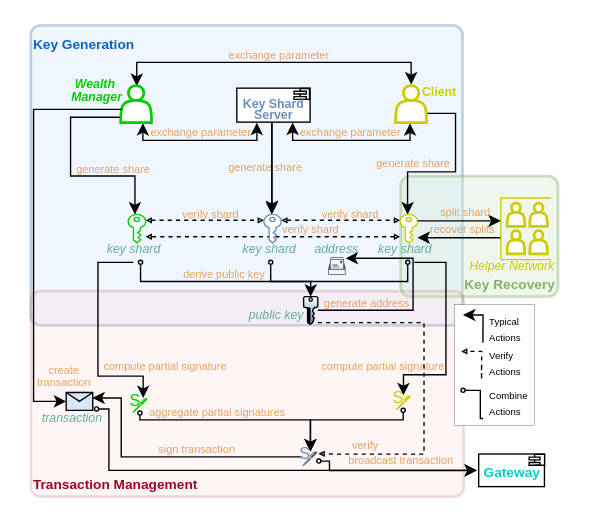
Before: page "txn-sign-tech" (4 of 13) of drawio-diagrams/wallet_architecture.drawio in dlt-science/crypto-mpc-wallet-bloom, a draw.io diagram. Source tidied: cells renumbered, new cells numbered last; positions are measured from the earlier drawing's top-left corner, leaving out a move shared by most shapes. Both pictures are drawn from the tidied source at 137%, with x=0, y=0 at pixel (30, 25).
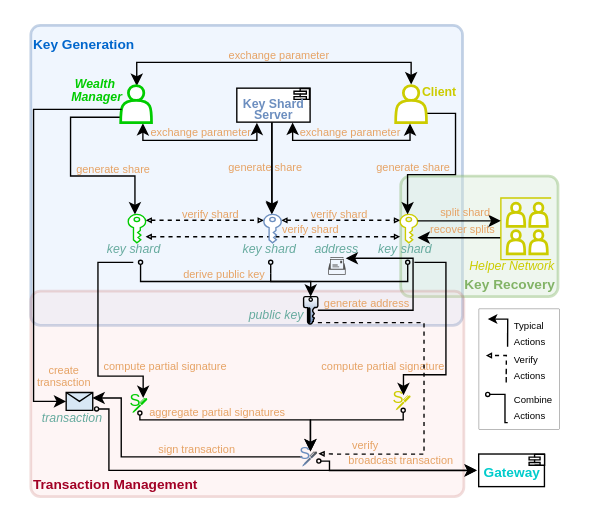
The same diagram, later.

Unchanged cells that the change refers to:
```xml
<mxCell id="17" style="shape=actor;whiteSpace=wrap;html=1;strokeWidth=2;strokeColor=#CCCC00;" parent="1" vertex="1">
  <mxGeometry x="266.3" y="44" width="22.5" height="27" as="geometry" />
</mxCell>
<mxCell id="30" style="edgeStyle=orthogonalEdgeStyle;rounded=0;orthogonalLoop=1;jettySize=auto;html=1;endSize=2;endArrow=block;endFill=0;startArrow=block;startFill=0;startSize=2;dashed=1;" parent="1" edge="1">
  <mxGeometry relative="1" as="geometry">
    <mxPoint x="182.8" y="142.3" as="sourcePoint" />
    <mxPoint x="269.6" y="142.3" as="targetPoint" />
  </mxGeometry>
</mxCell>
<mxCell id="33" value="&lt;font style=&quot;font-size: 9px;&quot; color=&quot;#67ab9f&quot;&gt;&lt;i style=&quot;&quot;&gt;key shard&lt;/i&gt;&lt;/font&gt;" style="sketch=0;shadow=0;dashed=0;html=1;strokeColor=#CCCC00;fillColor=#FFFFFF;labelPosition=center;verticalLabelPosition=bottom;verticalAlign=top;outlineConnect=0;align=center;shape=mxgraph.office.security.key_permissions;rotation=0;spacing=0;fontSize=10;spacingTop=-6;spacingLeft=-5;" parent="1" vertex="1">
  <mxGeometry x="269.6" y="138" width="12.7" height="20.7" as="geometry" />
</mxCell>
```

The edit, as a diff of the source:
```diff
@@
     <mxCell id="11" style="edgeStyle=orthogonalEdgeStyle;rounded=0;jettySize=auto;html=1;startArrow=none;startFill=0;startSize=3;exitX=1;exitY=0.75;exitDx=0;exitDy=0;" parent="1" edge="1" source="17" target="33">
       <mxGeometry relative="1" as="geometry">
         <Array as="points">
           <mxPoint x="310" y="64" />
-          <mxPoint x="310" y="107" />
-          <mxPoint x="275" y="107" />
+          <mxPoint x="310" y="109" />
+          <mxPoint x="275" y="109" />
         </Array>
       </mxGeometry>
     </mxCell>
     <mxCell id="12" value="&lt;font style=&quot;font-size: 8px;&quot; color=&quot;#e6a365&quot;&gt;generate&amp;nbsp;&lt;/font&gt;&lt;span style=&quot;color: rgb(230, 163, 101); font-size: 8px;&quot;&gt;share&lt;/span&gt;" style="edgeLabel;html=1;align=center;verticalAlign=middle;labelBackgroundColor=none;" parent="11" vertex="1">
       <mxGeometry x="-0.24" y="-1" relative="1" as="geometry">
-        <mxPoint x="-31" y="7" as="offset" />
+        <mxPoint x="-31" y="10" as="offset" />
       </mxGeometry>
     </mxCell>
@@
     <mxCell id="31" value="&lt;span style=&quot;font-size: 8px;&quot;&gt;&lt;font color=&quot;#e6a365&quot;&gt;verify shard&lt;/font&gt;&lt;/span&gt;" style="edgeLabel;html=1;align=center;verticalAlign=middle;labelBackgroundColor=none;" parent="30" vertex="1">
       <mxGeometry x="-0.07" relative="1" as="geometry">
-        <mxPoint x="10" y="-6" as="offset" />
+        <mxPoint x="2" y="-6" as="offset" />
       </mxGeometry>
     </mxCell>
@@
     <mxCell id="69" style="rounded=0;whiteSpace=wrap;html=1;strokeWidth=0.2;" parent="1" vertex="1">
-      <mxGeometry x="309.1" y="204" width="58.8" height="88" as="geometry" />
+      <mxGeometry x="327.1" y="207" width="58.8" height="88" as="geometry" />
     </mxCell>
-    <mxCell id="70" style="edgeStyle=orthogonalEdgeStyle;rounded=0;orthogonalLoop=1;jettySize=auto;html=1;entryX=0.699;entryY=-0.003;entryDx=0;entryDy=0;entryPerimeter=0;strokeColor=#000000;strokeWidth=1;endSize=6;" parent="1" edge="1">
+    <mxCell id="70" style="edgeStyle=orthogonalEdgeStyle;rounded=0;orthogonalLoop=1;jettySize=auto;html=1;entryX=0.699;entryY=-0.003;entryDx=0;entryDy=0;entryPerimeter=0;strokeColor=#000000;strokeWidth=1;endSize=4;" parent="1" edge="1">
       <mxGeometry relative="1" as="geometry">
-        <mxPoint x="330" y="221.6" as="sourcePoint" />
-        <mxPoint x="315.5" y="211.4" as="targetPoint" />
+        <mxPoint x="348" y="224.6" as="sourcePoint" />
+        <mxPoint x="333.5" y="214.4" as="targetPoint" />
         <Array as="points">
-          <mxPoint x="330.1" y="231.6" />
-          <mxPoint x="330.1" y="211.6" />
+          <mxPoint x="348.1" y="234.6" />
+          <mxPoint x="348.1" y="214.6" />
         </Array>
       </mxGeometry>
     </mxCell>
     <mxCell id="71" value="&lt;font style=&quot;font-weight: 400; font-size: 7px;&quot;&gt;Typical&lt;/font&gt;&lt;div&gt;&lt;font style=&quot;font-weight: normal; font-size: 7px;&quot;&gt;Actions&lt;/font&gt;&lt;/div&gt;" style="text;html=1;align=left;verticalAlign=middle;whiteSpace=wrap;rounded=0;strokeColor=none;fontSize=10;fontStyle=1;" parent="1" vertex="1">
-      <mxGeometry x="333.1" y="208.7" width="30.9" height="24.6" as="geometry" />
+      <mxGeometry x="351.1" y="211.7" width="30.9" height="24.6" as="geometry" />
     </mxCell>
     <mxCell id="72" style="edgeStyle=orthogonalEdgeStyle;rounded=0;orthogonalLoop=1;jettySize=auto;html=1;strokeColor=default;strokeWidth=1;endSize=2;endArrow=block;endFill=0;dashed=1;" parent="1" edge="1">
       <mxGeometry relative="1" as="geometry">
-        <mxPoint x="329" y="248.7" as="sourcePoint" />
-        <mxPoint x="314.1" y="238" as="targetPoint" />
+        <mxPoint x="347" y="251.7" as="sourcePoint" />
+        <mxPoint x="332.1" y="241" as="targetPoint" />
         <Array as="points">
-          <mxPoint x="329.1" y="258.7" />
-          <mxPoint x="329.1" y="238.7" />
+          <mxPoint x="347.1" y="261.7" />
+          <mxPoint x="347.1" y="241.7" />
         </Array>
       </mxGeometry>
     </mxCell>
     <mxCell id="73" value="&lt;font style=&quot;color: rgb(0, 0, 0); font-size: 7px;&quot;&gt;Verify&lt;/font&gt;&lt;div style=&quot;color: rgb(0, 0, 0); font-weight: 700;&quot;&gt;&lt;font style=&quot;font-weight: normal; font-size: 7px;&quot;&gt;Actions&lt;/font&gt;&lt;/div&gt;" style="text;html=1;align=left;verticalAlign=middle;whiteSpace=wrap;rounded=0;strokeColor=none;fontSize=10;fontColor=#FFB570;" parent="1" vertex="1">
-      <mxGeometry x="333.1" y="233.4" width="29.9" height="24.6" as="geometry" />
+      <mxGeometry x="351.1" y="236.4" width="29.9" height="24.6" as="geometry" />
     </mxCell>
     <mxCell id="74" style="edgeStyle=orthogonalEdgeStyle;rounded=0;orthogonalLoop=1;jettySize=auto;html=1;entryX=0.699;entryY=-0.003;entryDx=0;entryDy=0;entryPerimeter=0;strokeColor=#000000;strokeWidth=1;endSize=3;endArrow=oval;endFill=0;" parent="1" edge="1">
       <mxGeometry relative="1" as="geometry">
-        <mxPoint x="328.1" y="287" as="sourcePoint" />
-        <mxPoint x="315.5" y="266.4" as="targetPoint" />
+        <mxPoint x="346.1" y="290" as="sourcePoint" />
+        <mxPoint x="333.5" y="269.4" as="targetPoint" />
         <Array as="points">
-          <mxPoint x="330.1" y="287" />
-          <mxPoint x="328.1" y="287" />
-          <mxPoint x="328.1" y="266" />
+          <mxPoint x="348.1" y="290" />
+          <mxPoint x="346.1" y="290" />
+          <mxPoint x="346.1" y="269" />
         </Array>
       </mxGeometry>
     </mxCell>
     <mxCell id="75" value="&lt;font style=&quot;font-weight: normal; font-size: 7px;&quot;&gt;Combine&lt;/font&gt;&lt;div&gt;&lt;font style=&quot;font-weight: normal; font-size: 7px;&quot;&gt;Actions&lt;/font&gt;&lt;/div&gt;" style="text;html=1;align=left;verticalAlign=middle;whiteSpace=wrap;rounded=0;strokeColor=none;fontSize=10;fontStyle=1;" parent="1" vertex="1">
-      <mxGeometry x="333.1" y="262.4" width="31.9" height="24.6" as="geometry" />
+      <mxGeometry x="351.1" y="265.4" width="31.9" height="24.6" as="geometry" />
     </mxCell>
```
